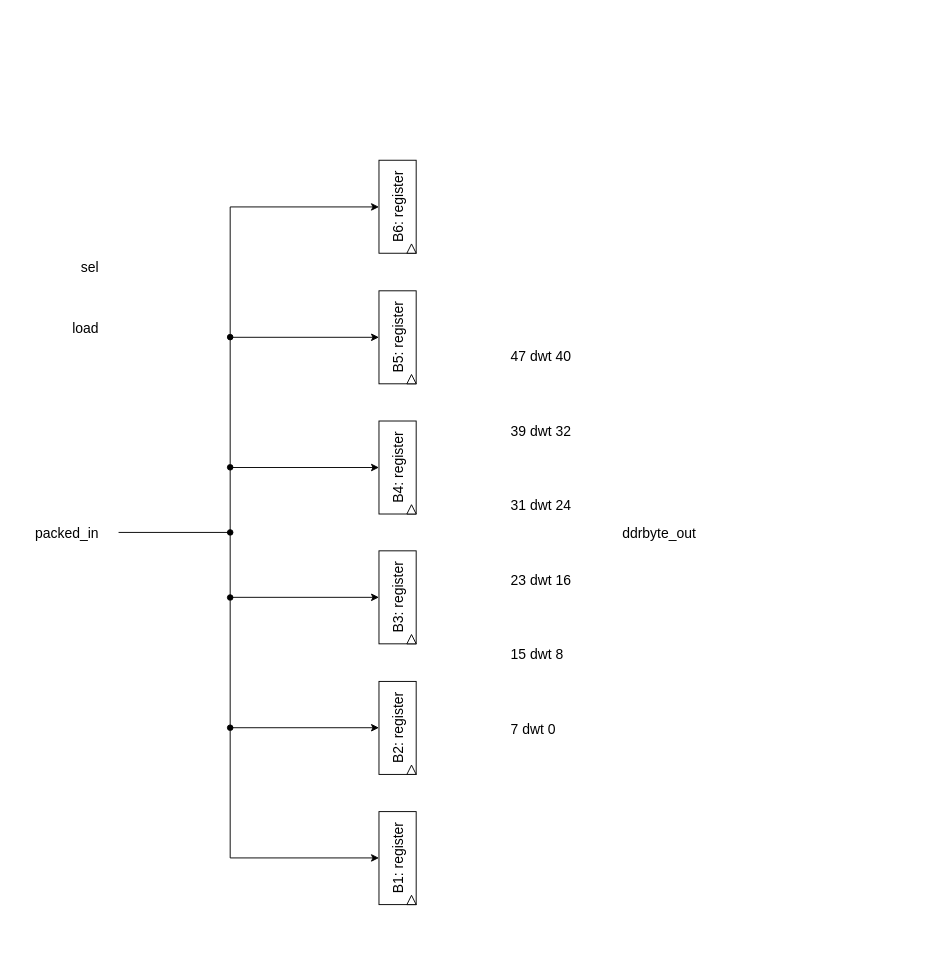
The draw.io diagram page "unpacker_48: RTL" (9 of 10) of IP_cores/AvalonMM_to_hRAM/SSRAM_to_hRAM_v1/rtl/SSRAM_to_hRAM.drawio in AndreaBononi/IP_cores, before the edit. Source tidied: cells renumbered, new cells numbered last; positions are measured from the earlier drawing's top-left corner, leaving out a move shared by most shapes. Both pictures are drawn from the tidied source at 93%, with x=0, y=0 at pixel (16, 160).
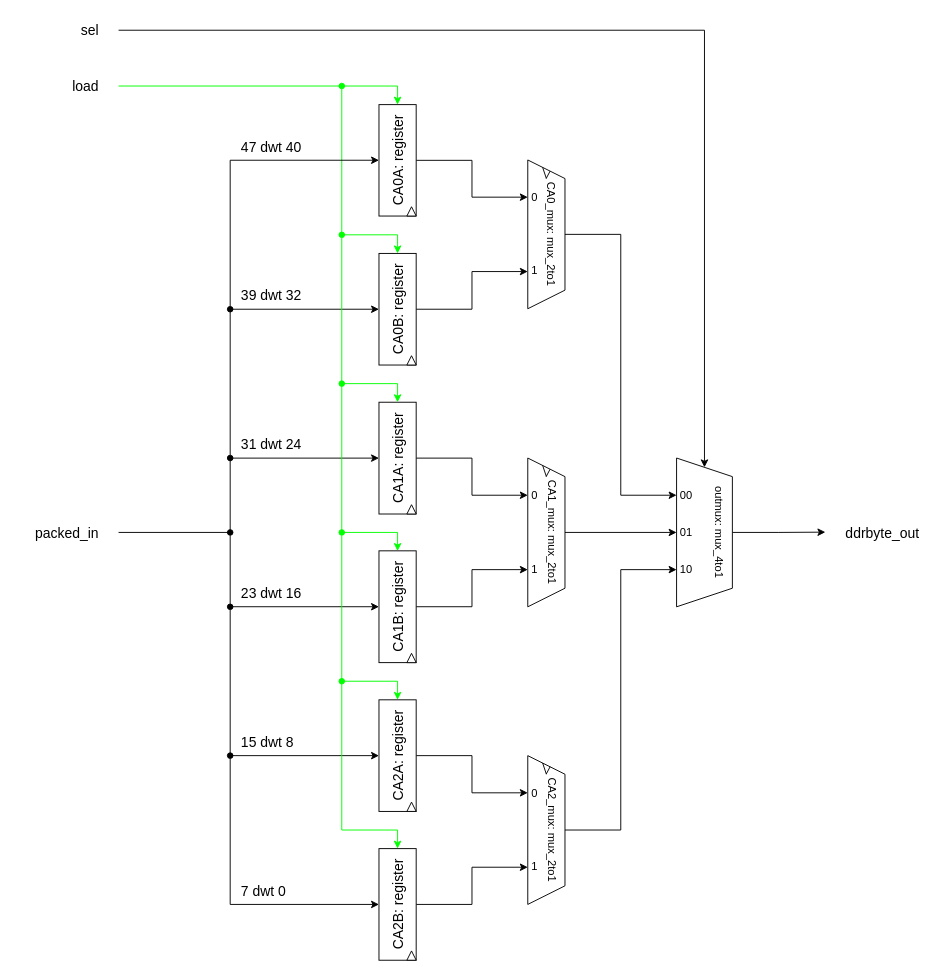
Above is the later version.

Diff of the diagram source:
```diff
@@
     <mxCell id="2" value="load" style="text;html=1;align=right;verticalAlign=middle;strokeColor=none;fillColor=none;rotation=0;fontSize=15;" parent="1" vertex="1">
-      <mxGeometry x="40" y="165" width="50" height="30" as="geometry" />
+      <mxGeometry x="40" y="-95" width="50" height="30" as="geometry" />
     </mxCell>
     <mxCell id="3" value="ddrbyte_out" style="text;html=1;align=left;verticalAlign=middle;strokeColor=none;fillColor=none;rotation=0;fontSize=15;" parent="1" vertex="1">
-      <mxGeometry x="650" y="385" width="100" height="30" as="geometry" />
+      <mxGeometry x="890" y="385" width="100" height="30" as="geometry" />
     </mxCell>
@@
     <mxCell id="5" value="7 dwt 0" style="text;html=1;align=left;verticalAlign=middle;strokeColor=none;fillColor=none;fontSize=15;" parent="1" vertex="1">
-      <mxGeometry x="530" y="595.5" width="70" height="30" as="geometry" />
+      <mxGeometry x="240" y="770" width="70" height="30" as="geometry" />
     </mxCell>
     <mxCell id="6" value="15 dwt 8" style="text;html=1;align=left;verticalAlign=middle;strokeColor=none;fillColor=none;fontSize=15;" parent="1" vertex="1">
-      <mxGeometry x="530" y="515.5" width="80" height="30" as="geometry" />
+      <mxGeometry x="240" y="610" width="80" height="30" as="geometry" />
     </mxCell>
     <mxCell id="7" value="23 dwt 16" style="text;html=1;align=left;verticalAlign=middle;strokeColor=none;fillColor=none;fontSize=15;" parent="1" vertex="1">
-      <mxGeometry x="530" y="435.8" width="90" height="30" as="geometry" />
+      <mxGeometry x="240" y="450" width="90" height="30" as="geometry" />
     </mxCell>
     <mxCell id="8" value="31 dwt 24" style="text;html=1;align=left;verticalAlign=middle;strokeColor=none;fillColor=none;fontSize=15;" parent="1" vertex="1">
-      <mxGeometry x="530" y="355" width="90" height="30" as="geometry" />
+      <mxGeometry x="240" y="290" width="90" height="30" as="geometry" />
     </mxCell>
     <mxCell id="9" value="39 dwt 32" style="text;html=1;align=left;verticalAlign=middle;strokeColor=none;fillColor=none;fontSize=15;" parent="1" vertex="1">
-      <mxGeometry x="530" y="275.5" width="90" height="30" as="geometry" />
+      <mxGeometry x="240" y="129.8" width="90" height="30" as="geometry" />
     </mxCell>
     <mxCell id="10" value="47 dwt 40" style="text;html=1;align=left;verticalAlign=middle;strokeColor=none;fillColor=none;fontSize=15;" parent="1" vertex="1">
-      <mxGeometry x="530" y="195" width="90" height="30" as="geometry" />
+      <mxGeometry x="240" y="-30.2" width="90" height="30" as="geometry" />
     </mxCell>
     <mxCell id="11" value="sel" style="text;html=1;align=right;verticalAlign=middle;strokeColor=none;fillColor=none;rotation=0;fontSize=15;" parent="1" vertex="1">
-      <mxGeometry x="50" y="100" width="40" height="30" as="geometry" />
+      <mxGeometry x="50" y="-155" width="40" height="30" as="geometry" />
     </mxCell>
+    <mxCell id="30" style="edgeStyle=orthogonalEdgeStyle;rounded=0;jettySize=auto;html=1;exitX=0.5;exitY=0;exitDx=0;exitDy=0;entryX=0.25;entryY=1;entryDx=0;entryDy=0;" parent="1" edge="1" source="12" target="39">
+      <mxGeometry relative="1" as="geometry" />
+    </mxCell>
+    <mxCell id="31" style="edgeStyle=orthogonalEdgeStyle;rounded=0;jettySize=auto;html=1;entryX=0;entryY=0.5;entryDx=0;entryDy=0;strokeColor=#00FF00;" parent="1" edge="1" target="12">
+      <mxGeometry relative="1" as="geometry">
+        <mxPoint x="110" y="-80" as="sourcePoint" />
+        <Array as="points">
+          <mxPoint x="410" y="-80" />
+        </Array>
+      </mxGeometry>
+    </mxCell>
-    <mxCell id="12" value="B6: register" style="rounded=0;whiteSpace=wrap;html=1;direction=south;horizontal=0;fontSize=15;" parent="1" vertex="1">
-      <mxGeometry x="390" y="-0.2" width="40" height="100" as="geometry" />
+    <mxCell id="12" value="CA0A: register" style="rounded=0;whiteSpace=wrap;html=1;direction=south;horizontal=0;fontSize=15;" parent="1" vertex="1">
+      <mxGeometry x="390" y="-60" width="40" height="119.8" as="geometry" />
     </mxCell>
     <mxCell id="13" style="triangle;whiteSpace=wrap;html=1;direction=north;fontSize=15;" parent="1" vertex="1">
-      <mxGeometry x="420" y="89.8" width="10" height="10" as="geometry" />
+      <mxGeometry x="420" y="49.8" width="10" height="10" as="geometry" />
     </mxCell>
-    <mxCell id="14" style="edgeStyle=orthogonalEdgeStyle;rounded=0;jettySize=auto;html=1;exitX=0.5;exitY=1;exitDx=0;exitDy=0;entryX=0.5;entryY=1;entryDx=0;entryDy=0;startArrow=oval;startFill=1;" parent="1" edge="1" target="15">
+    <mxCell id="14" style="edgeStyle=orthogonalEdgeStyle;rounded=0;jettySize=auto;html=1;entryX=0.5;entryY=1;entryDx=0;entryDy=0;startArrow=oval;startFill=1;" parent="1" edge="1" target="15">
       <mxGeometry relative="1" as="geometry">
-        <mxPoint x="230" y="330" as="sourcePoint" />
+        <mxPoint x="230" y="320" as="sourcePoint" />
         <Array as="points">
-          <mxPoint x="230" y="190" />
+          <mxPoint x="230" y="160" />
         </Array>
       </mxGeometry>
     </mxCell>
+    <mxCell id="32" style="edgeStyle=orthogonalEdgeStyle;rounded=0;jettySize=auto;html=1;exitX=0.5;exitY=0;exitDx=0;exitDy=0;entryX=0.75;entryY=1;entryDx=0;entryDy=0;" parent="1" edge="1" source="15" target="39">
+      <mxGeometry relative="1" as="geometry" />
+    </mxCell>
+    <mxCell id="33" style="edgeStyle=orthogonalEdgeStyle;rounded=0;jettySize=auto;html=1;entryX=0;entryY=0.5;entryDx=0;entryDy=0;strokeColor=#00FF00;startArrow=oval;startFill=1;" parent="1" edge="1" target="15">
+      <mxGeometry relative="1" as="geometry">
+        <mxPoint x="350" y="-80" as="sourcePoint" />
+        <Array as="points">
+          <mxPoint x="350" y="80" />
+          <mxPoint x="410" y="80" />
+        </Array>
+      </mxGeometry>
+    </mxCell>
-    <mxCell id="15" value="B5: register" style="rounded=0;whiteSpace=wrap;html=1;direction=south;horizontal=0;fontSize=15;" parent="1" vertex="1">
-      <mxGeometry x="390" y="140.2" width="40" height="100" as="geometry" />
+    <mxCell id="15" value="CA0B: register" style="rounded=0;whiteSpace=wrap;html=1;direction=south;horizontal=0;fontSize=15;" parent="1" vertex="1">
+      <mxGeometry x="390" y="100" width="40" height="120" as="geometry" />
     </mxCell>
     <mxCell id="16" style="triangle;whiteSpace=wrap;html=1;direction=north;fontSize=15;" parent="1" vertex="1">
-      <mxGeometry x="420" y="230.2" width="10" height="10" as="geometry" />
+      <mxGeometry x="420" y="210" width="10" height="10" as="geometry" />
     </mxCell>
     <mxCell id="17" style="edgeStyle=orthogonalEdgeStyle;rounded=0;jettySize=auto;html=1;exitX=0.5;exitY=1;exitDx=0;exitDy=0;entryX=0.5;entryY=1;entryDx=0;entryDy=0;" parent="1" edge="1" target="18">
       <mxGeometry relative="1" as="geometry">
         <mxPoint x="110" y="400" as="sourcePoint" />
         <Array as="points">
           <mxPoint x="230" y="400" />
-          <mxPoint x="230" y="330" />
+          <mxPoint x="230" y="320" />
         </Array>
       </mxGeometry>
     </mxCell>
+    <mxCell id="34" style="edgeStyle=orthogonalEdgeStyle;rounded=0;jettySize=auto;html=1;exitX=0.5;exitY=0;exitDx=0;exitDy=0;entryX=0.25;entryY=1;entryDx=0;entryDy=0;" parent="1" edge="1" source="18" target="45">
+      <mxGeometry relative="1" as="geometry" />
+    </mxCell>
-    <mxCell id="18" value="B4: register" style="rounded=0;whiteSpace=wrap;html=1;direction=south;horizontal=0;fontSize=15;" parent="1" vertex="1">
-      <mxGeometry x="390" y="280.2" width="40" height="100" as="geometry" />
+    <mxCell id="18" value="CA1A: register" style="rounded=0;whiteSpace=wrap;html=1;direction=south;horizontal=0;fontSize=15;" parent="1" vertex="1">
+      <mxGeometry x="390" y="260" width="40" height="120.2" as="geometry" />
     </mxCell>
@@
     <mxCell id="20" style="edgeStyle=orthogonalEdgeStyle;rounded=0;jettySize=auto;html=1;exitX=0.5;exitY=1;exitDx=0;exitDy=0;entryX=0.5;entryY=1;entryDx=0;entryDy=0;startArrow=oval;startFill=1;" parent="1" edge="1" target="21">
       <mxGeometry relative="1" as="geometry">
         <mxPoint x="230" y="400" as="sourcePoint" />
         <Array as="points">
-          <mxPoint x="230" y="470" />
+          <mxPoint x="230" y="480" />
         </Array>
       </mxGeometry>
     </mxCell>
+    <mxCell id="35" style="edgeStyle=orthogonalEdgeStyle;rounded=0;jettySize=auto;html=1;exitX=0.5;exitY=0;exitDx=0;exitDy=0;entryX=0.75;entryY=1;entryDx=0;entryDy=0;" parent="1" edge="1" source="21" target="45">
+      <mxGeometry relative="1" as="geometry" />
+    </mxCell>
-    <mxCell id="21" value="B3: register" style="rounded=0;whiteSpace=wrap;html=1;direction=south;horizontal=0;fontSize=15;" parent="1" vertex="1">
-      <mxGeometry x="390" y="419.8" width="40" height="100" as="geometry" />
+    <mxCell id="21" value="CA1B: register" style="rounded=0;whiteSpace=wrap;html=1;direction=south;horizontal=0;fontSize=15;" parent="1" vertex="1">
+      <mxGeometry x="390" y="419.8" width="40" height="120.2" as="geometry" />
     </mxCell>
     <mxCell id="22" style="triangle;whiteSpace=wrap;html=1;direction=north;fontSize=15;" parent="1" vertex="1">
-      <mxGeometry x="420" y="509.8" width="10" height="10" as="geometry" />
+      <mxGeometry x="420" y="530" width="10" height="10" as="geometry" />
     </mxCell>
+    <mxCell id="36" style="edgeStyle=orthogonalEdgeStyle;rounded=0;jettySize=auto;html=1;exitX=0.5;exitY=0;exitDx=0;exitDy=0;entryX=0.25;entryY=1;entryDx=0;entryDy=0;" parent="1" edge="1" source="23" target="51">
+      <mxGeometry relative="1" as="geometry" />
+    </mxCell>
-    <mxCell id="23" value="B2: register" style="rounded=0;whiteSpace=wrap;html=1;direction=south;horizontal=0;fontSize=15;" parent="1" vertex="1">
-      <mxGeometry x="390" y="560.2" width="40" height="100" as="geometry" />
+    <mxCell id="23" value="CA2A: register" style="rounded=0;whiteSpace=wrap;html=1;direction=south;horizontal=0;fontSize=15;" parent="1" vertex="1">
+      <mxGeometry x="390" y="580" width="40" height="120" as="geometry" />
     </mxCell>
     <mxCell id="24" style="triangle;whiteSpace=wrap;html=1;direction=north;fontSize=15;" parent="1" vertex="1">
-      <mxGeometry x="420" y="650.2" width="10" height="10" as="geometry" />
+      <mxGeometry x="420" y="690" width="10" height="10" as="geometry" />
     </mxCell>
+    <mxCell id="37" style="edgeStyle=orthogonalEdgeStyle;rounded=0;jettySize=auto;html=1;exitX=0.5;exitY=0;exitDx=0;exitDy=0;entryX=0.75;entryY=1;entryDx=0;entryDy=0;" parent="1" edge="1" source="25" target="51">
+      <mxGeometry relative="1" as="geometry" />
+    </mxCell>
-    <mxCell id="25" value="B1: register" style="rounded=0;whiteSpace=wrap;html=1;direction=south;horizontal=0;fontSize=15;" parent="1" vertex="1">
-      <mxGeometry x="390" y="700.2" width="40" height="100" as="geometry" />
+    <mxCell id="25" value="CA2B: register" style="rounded=0;whiteSpace=wrap;html=1;direction=south;horizontal=0;fontSize=15;" parent="1" vertex="1">
+      <mxGeometry x="390" y="740" width="40" height="120" as="geometry" />
     </mxCell>
     <mxCell id="26" style="triangle;whiteSpace=wrap;html=1;direction=north;fontSize=15;" parent="1" vertex="1">
-      <mxGeometry x="420" y="790.2" width="10" height="10" as="geometry" />
+      <mxGeometry x="420" y="850" width="10" height="10" as="geometry" />
     </mxCell>
-    <mxCell id="27" style="edgeStyle=orthogonalEdgeStyle;rounded=0;orthogonalLoop=1;jettySize=auto;html=1;exitX=0.5;exitY=1;exitDx=0;exitDy=0;entryX=0.5;entryY=1;entryDx=0;entryDy=0;startArrow=oval;startFill=1;" parent="1" edge="1">
+    <mxCell id="27" style="edgeStyle=orthogonalEdgeStyle;rounded=0;orthogonalLoop=1;jettySize=auto;html=1;entryX=0.5;entryY=1;entryDx=0;entryDy=0;startArrow=oval;startFill=1;" parent="1" edge="1">
       <mxGeometry relative="1" as="geometry">
-        <mxPoint x="230" y="190" as="sourcePoint" />
-        <mxPoint x="390" y="50" as="targetPoint" />
+        <mxPoint x="230" y="160" as="sourcePoint" />
+        <mxPoint x="390" y="-0.2" as="targetPoint" />
         <Array as="points">
-          <mxPoint x="230" y="50" />
+          <mxPoint x="230" y="-0.2" />
         </Array>
       </mxGeometry>
     </mxCell>
-    <mxCell id="28" style="edgeStyle=orthogonalEdgeStyle;rounded=0;orthogonalLoop=1;jettySize=auto;html=1;exitX=0.5;exitY=1;exitDx=0;exitDy=0;entryX=0.5;entryY=1;entryDx=0;entryDy=0;startArrow=oval;startFill=1;" parent="1" edge="1">
+    <mxCell id="28" style="edgeStyle=orthogonalEdgeStyle;rounded=0;jettySize=auto;html=1;entryX=0.5;entryY=1;entryDx=0;entryDy=0;startArrow=oval;startFill=1;" parent="1" edge="1" target="23">
       <mxGeometry relative="1" as="geometry">
-        <mxPoint x="230" y="470" as="sourcePoint" />
-        <mxPoint x="390" y="610" as="targetPoint" />
+        <mxPoint x="230" y="480" as="sourcePoint" />
         <Array as="points">
-          <mxPoint x="230" y="610" />
+          <mxPoint x="230" y="640" />
         </Array>
       </mxGeometry>
     </mxCell>
-    <mxCell id="29" style="edgeStyle=orthogonalEdgeStyle;rounded=0;orthogonalLoop=1;jettySize=auto;html=1;exitX=0.5;exitY=1;exitDx=0;exitDy=0;entryX=0.5;entryY=1;entryDx=0;entryDy=0;startArrow=oval;startFill=1;" parent="1" edge="1">
+    <mxCell id="29" style="edgeStyle=orthogonalEdgeStyle;rounded=0;jettySize=auto;html=1;entryX=0.5;entryY=1;entryDx=0;entryDy=0;startArrow=oval;startFill=1;" parent="1" edge="1" target="25">
       <mxGeometry relative="1" as="geometry">
-        <mxPoint x="230" y="610" as="sourcePoint" />
-        <mxPoint x="390" y="750" as="targetPoint" />
+        <mxPoint x="230" y="640" as="sourcePoint" />
         <Array as="points">
-          <mxPoint x="230" y="750" />
+          <mxPoint x="230" y="800" />
         </Array>
       </mxGeometry>
     </mxCell>
+    <mxCell id="38" style="edgeStyle=orthogonalEdgeStyle;rounded=0;jettySize=auto;html=1;exitX=0.5;exitY=0;exitDx=0;exitDy=0;entryX=0.25;entryY=1;entryDx=0;entryDy=0;" parent="1" edge="1" source="39" target="62">
+      <mxGeometry relative="1" as="geometry">
+        <Array as="points">
+          <mxPoint x="650" y="80" />
+          <mxPoint x="650" y="360" />
+        </Array>
+      </mxGeometry>
+    </mxCell>
+    <mxCell id="39" value="CA0_mux: mux_2to1" style="shape=trapezoid;perimeter=trapezoidPerimeter;whiteSpace=wrap;html=1;fixedSize=1;rotation=90;align=center;verticalAlign=top;" parent="1" vertex="1">
+      <mxGeometry x="490" y="59.5" width="160" height="40" as="geometry" />
+    </mxCell>
+    <mxCell id="40" style="endArrow=none;html=1;rounded=0;" parent="1" edge="1">
+      <mxGeometry relative="1" as="geometry">
+        <mxPoint x="570" y="19.5" as="sourcePoint" />
+        <mxPoint x="566" y="7.5" as="targetPoint" />
+      </mxGeometry>
+    </mxCell>
+    <mxCell id="41" style="endArrow=none;html=1;rounded=0;" parent="1" edge="1">
+      <mxGeometry relative="1" as="geometry">
+        <mxPoint x="574" y="11.5" as="sourcePoint" />
+        <mxPoint x="569.8" y="19.4" as="targetPoint" />
+      </mxGeometry>
+    </mxCell>
+    <mxCell id="42" value="0" style="text;html=1;align=center;verticalAlign=middle;strokeColor=none;fillColor=none;" parent="1" vertex="1">
+      <mxGeometry x="542" y="25" width="30" height="30" as="geometry" />
+    </mxCell>
+    <mxCell id="43" value="1" style="text;html=1;align=center;verticalAlign=middle;strokeColor=none;fillColor=none;" parent="1" vertex="1">
+      <mxGeometry x="542" y="104" width="30" height="30" as="geometry" />
+    </mxCell>
+    <mxCell id="44" style="edgeStyle=orthogonalEdgeStyle;rounded=0;jettySize=auto;html=1;exitX=0.5;exitY=0;exitDx=0;exitDy=0;entryX=0.5;entryY=1;entryDx=0;entryDy=0;" parent="1" edge="1" source="45" target="62">
+      <mxGeometry relative="1" as="geometry" />
+    </mxCell>
+    <mxCell id="45" value="CA1_mux: mux_2to1" style="shape=trapezoid;perimeter=trapezoidPerimeter;whiteSpace=wrap;html=1;fixedSize=1;rotation=90;align=center;verticalAlign=top;" parent="1" vertex="1">
+      <mxGeometry x="490" y="380" width="160" height="40" as="geometry" />
+    </mxCell>
+    <mxCell id="46" style="endArrow=none;html=1;rounded=0;" parent="1" edge="1">
+      <mxGeometry relative="1" as="geometry">
+        <mxPoint x="570" y="340" as="sourcePoint" />
+        <mxPoint x="566" y="328" as="targetPoint" />
+      </mxGeometry>
+    </mxCell>
+    <mxCell id="47" style="endArrow=none;html=1;rounded=0;" parent="1" edge="1">
+      <mxGeometry relative="1" as="geometry">
+        <mxPoint x="574" y="332" as="sourcePoint" />
+        <mxPoint x="569.8" y="339.9" as="targetPoint" />
+      </mxGeometry>
+    </mxCell>
+    <mxCell id="48" value="0" style="text;html=1;align=center;verticalAlign=middle;strokeColor=none;fillColor=none;" parent="1" vertex="1">
+      <mxGeometry x="542" y="345.5" width="30" height="30" as="geometry" />
+    </mxCell>
+    <mxCell id="49" value="1" style="text;html=1;align=center;verticalAlign=middle;strokeColor=none;fillColor=none;" parent="1" vertex="1">
+      <mxGeometry x="542" y="424.5" width="30" height="30" as="geometry" />
+    </mxCell>
+    <mxCell id="50" style="edgeStyle=orthogonalEdgeStyle;rounded=0;jettySize=auto;html=1;exitX=0.5;exitY=0;exitDx=0;exitDy=0;entryX=0.75;entryY=1;entryDx=0;entryDy=0;" parent="1" edge="1" source="51" target="62">
+      <mxGeometry relative="1" as="geometry">
+        <Array as="points">
+          <mxPoint x="650" y="720" />
+          <mxPoint x="650" y="440" />
+        </Array>
+      </mxGeometry>
+    </mxCell>
+    <mxCell id="51" value="CA2_mux: mux_2to1" style="shape=trapezoid;perimeter=trapezoidPerimeter;whiteSpace=wrap;html=1;fixedSize=1;rotation=90;align=center;verticalAlign=top;" parent="1" vertex="1">
+      <mxGeometry x="490" y="700" width="160" height="40" as="geometry" />
+    </mxCell>
+    <mxCell id="52" style="endArrow=none;html=1;rounded=0;" parent="1" edge="1">
+      <mxGeometry relative="1" as="geometry">
+        <mxPoint x="570" y="660" as="sourcePoint" />
+        <mxPoint x="566" y="648" as="targetPoint" />
+      </mxGeometry>
+    </mxCell>
+    <mxCell id="53" style="endArrow=none;html=1;rounded=0;" parent="1" edge="1">
+      <mxGeometry relative="1" as="geometry">
+        <mxPoint x="574" y="652" as="sourcePoint" />
+        <mxPoint x="569.8" y="659.9" as="targetPoint" />
+      </mxGeometry>
+    </mxCell>
+    <mxCell id="54" value="0" style="text;html=1;align=center;verticalAlign=middle;strokeColor=none;fillColor=none;" parent="1" vertex="1">
+      <mxGeometry x="542" y="665.5" width="30" height="30" as="geometry" />
+    </mxCell>
+    <mxCell id="55" value="1" style="text;html=1;align=center;verticalAlign=middle;strokeColor=none;fillColor=none;" parent="1" vertex="1">
+      <mxGeometry x="542" y="744.5" width="30" height="30" as="geometry" />
+    </mxCell>
+    <mxCell id="56" style="edgeStyle=orthogonalEdgeStyle;rounded=0;orthogonalLoop=1;jettySize=auto;html=1;entryX=0;entryY=0.5;entryDx=0;entryDy=0;strokeColor=#00FF00;startArrow=oval;startFill=1;" parent="1" edge="1">
+      <mxGeometry relative="1" as="geometry">
+        <mxPoint x="350" y="80" as="sourcePoint" />
+        <mxPoint x="410" y="260" as="targetPoint" />
+        <Array as="points">
+          <mxPoint x="350" y="240" />
+          <mxPoint x="410" y="240" />
+        </Array>
+      </mxGeometry>
+    </mxCell>
+    <mxCell id="57" style="edgeStyle=orthogonalEdgeStyle;rounded=0;orthogonalLoop=1;jettySize=auto;html=1;entryX=0;entryY=0.5;entryDx=0;entryDy=0;strokeColor=#00FF00;startArrow=oval;startFill=1;" parent="1" edge="1">
+      <mxGeometry relative="1" as="geometry">
+        <mxPoint x="350" y="240" as="sourcePoint" />
+        <mxPoint x="410" y="420" as="targetPoint" />
+        <Array as="points">
+          <mxPoint x="350" y="400" />
+          <mxPoint x="410" y="400" />
+        </Array>
+      </mxGeometry>
+    </mxCell>
+    <mxCell id="58" style="edgeStyle=orthogonalEdgeStyle;rounded=0;orthogonalLoop=1;jettySize=auto;html=1;entryX=0;entryY=0.5;entryDx=0;entryDy=0;strokeColor=#00FF00;startArrow=oval;startFill=1;" parent="1" edge="1">
+      <mxGeometry relative="1" as="geometry">
+        <mxPoint x="350" y="400" as="sourcePoint" />
+        <mxPoint x="410" y="580" as="targetPoint" />
+        <Array as="points">
+          <mxPoint x="350" y="560" />
+          <mxPoint x="410" y="560" />
+        </Array>
+      </mxGeometry>
+    </mxCell>
+    <mxCell id="59" style="edgeStyle=orthogonalEdgeStyle;rounded=0;orthogonalLoop=1;jettySize=auto;html=1;entryX=0;entryY=0.5;entryDx=0;entryDy=0;strokeColor=#00FF00;startArrow=oval;startFill=1;" parent="1" edge="1">
+      <mxGeometry relative="1" as="geometry">
+        <mxPoint x="350" y="560" as="sourcePoint" />
+        <mxPoint x="410" y="740" as="targetPoint" />
+        <Array as="points">
+          <mxPoint x="350" y="720" />
+          <mxPoint x="410" y="720" />
+        </Array>
+      </mxGeometry>
+    </mxCell>
+    <mxCell id="60" style="edgeStyle=orthogonalEdgeStyle;rounded=0;jettySize=auto;html=1;exitX=0.5;exitY=0;exitDx=0;exitDy=0;" parent="1" edge="1" source="62">
+      <mxGeometry relative="1" as="geometry">
+        <mxPoint x="870" y="399.7" as="targetPoint" />
+      </mxGeometry>
+    </mxCell>
+    <mxCell id="61" style="edgeStyle=orthogonalEdgeStyle;rounded=0;jettySize=auto;html=1;exitX=0;exitY=0.5;exitDx=0;exitDy=0;entryX=0;entryY=0.5;entryDx=0;entryDy=0;" parent="1" edge="1" target="62">
+      <mxGeometry relative="1" as="geometry">
+        <mxPoint x="110" y="-140" as="sourcePoint" />
+        <Array as="points">
+          <mxPoint x="740" y="-140" />
+        </Array>
+      </mxGeometry>
+    </mxCell>
+    <mxCell id="62" value="outmux: mux_4to1" style="shape=trapezoid;perimeter=trapezoidPerimeter;whiteSpace=wrap;html=1;fixedSize=1;rotation=90;align=center;verticalAlign=top;" parent="1" vertex="1">
+      <mxGeometry x="660" y="370" width="160" height="60" as="geometry" />
+    </mxCell>
+    <mxCell id="63" value="00" style="text;html=1;align=center;verticalAlign=middle;strokeColor=none;fillColor=none;" parent="1" vertex="1">
+      <mxGeometry x="700" y="345.5" width="40" height="30" as="geometry" />
+    </mxCell>
+    <mxCell id="64" value="10" style="text;html=1;align=center;verticalAlign=middle;strokeColor=none;fillColor=none;" parent="1" vertex="1">
+      <mxGeometry x="700" y="424.5" width="40" height="30" as="geometry" />
+    </mxCell>
+    <mxCell id="65" value="01" style="text;html=1;align=center;verticalAlign=middle;strokeColor=none;fillColor=none;" parent="1" vertex="1">
+      <mxGeometry x="700" y="385" width="40" height="30" as="geometry" />
+    </mxCell>
```
